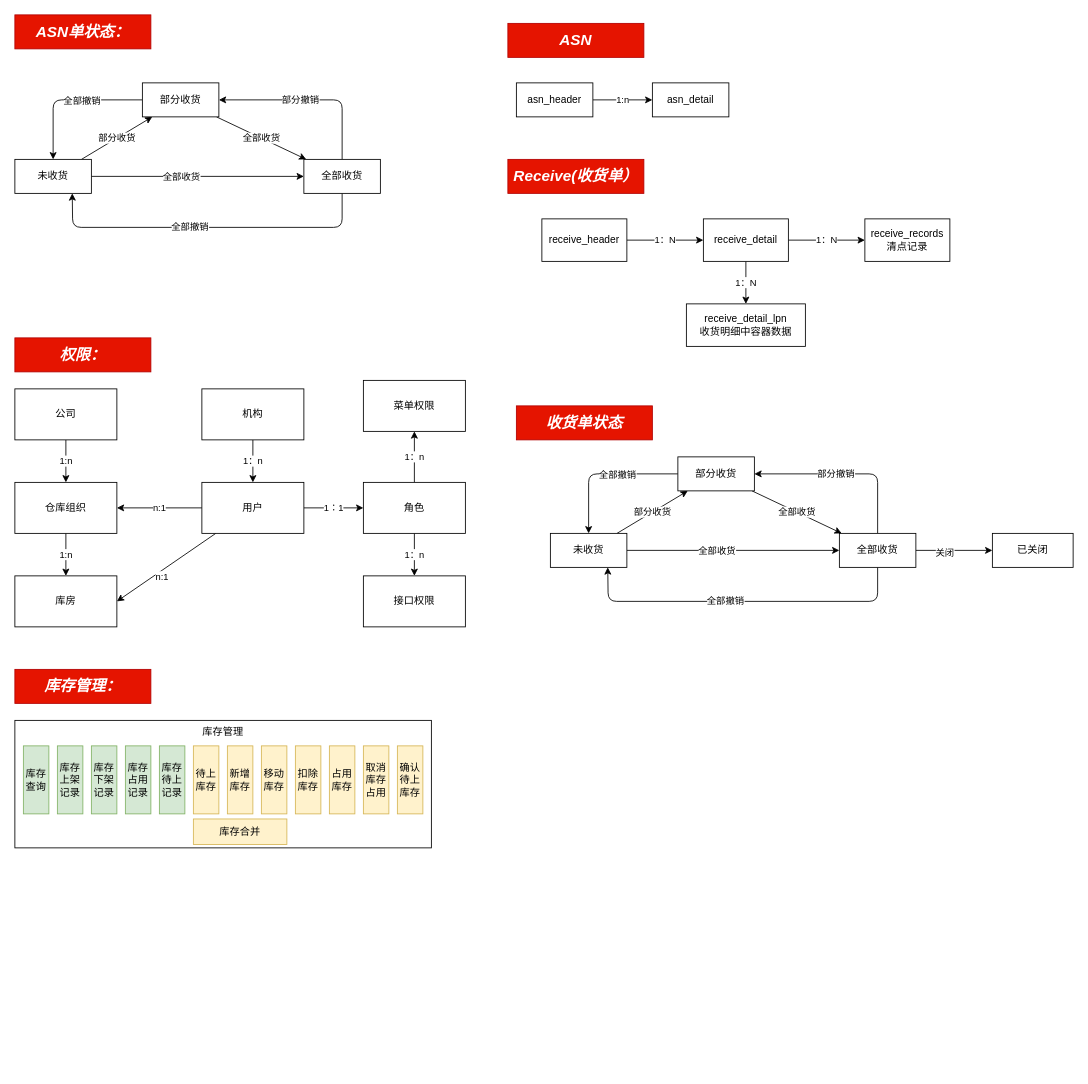
Above: wms-docs/01需求设计/需求设计图.dio in a1204503376/wms (draw.io), before the change. Source tidied: cells renumbered, new cells numbered last; positions are measured from the earlier drawing's top-left corner, leaving out a move shared by most shapes. Both pictures are drawn from the tidied source at 85%, with x=0, y=0 at pixel (14, 14).
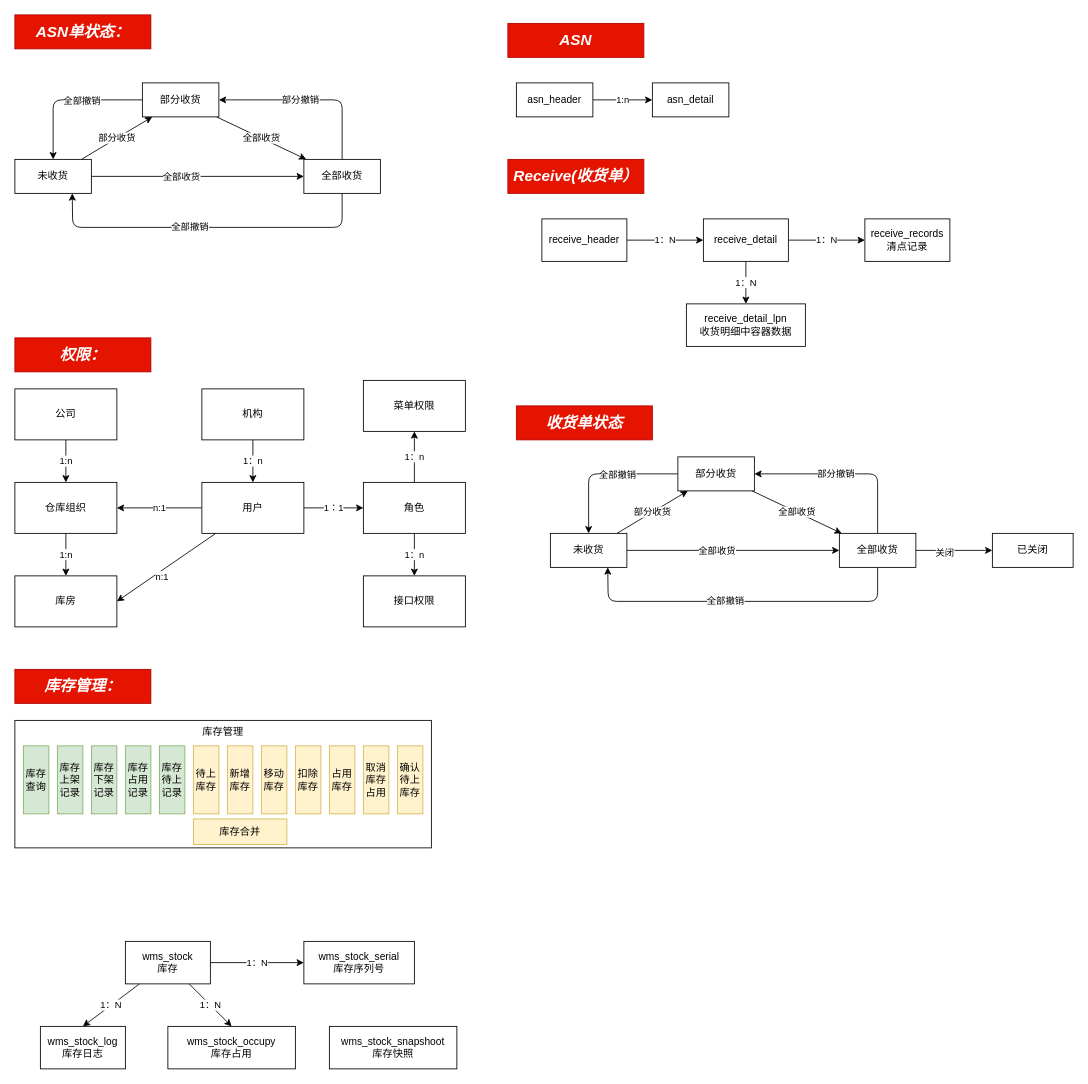
Above is the later version.

Change to the diagram source:
```diff
@@
+    <mxCell id="78" value="1：N" style="edgeStyle=none;html=1;entryX=0;entryY=0.5;entryDx=0;entryDy=0;" parent="1" edge="1" source="81" target="83">
+      <mxGeometry relative="1" as="geometry" />
+    </mxCell>
+    <mxCell id="79" value="1：N" style="edgeStyle=none;html=1;entryX=0.5;entryY=0;entryDx=0;entryDy=0;" parent="1" edge="1" source="81" target="82">
+      <mxGeometry relative="1" as="geometry" />
+    </mxCell>
+    <mxCell id="80" value="1：N" style="edgeStyle=none;html=1;exitX=0.75;exitY=1;exitDx=0;exitDy=0;entryX=0.5;entryY=0;entryDx=0;entryDy=0;" parent="1" edge="1" source="81" target="84">
+      <mxGeometry relative="1" as="geometry" />
+    </mxCell>
+    <mxCell id="81" value="wms_stock&lt;br&gt;库存" style="whiteSpace=wrap;html=1;" parent="1" vertex="1">
+      <mxGeometry x="130" y="1090" width="100" height="50" as="geometry" />
+    </mxCell>
+    <mxCell id="82" value="wms_stock_log&lt;br&gt;库存日志" style="whiteSpace=wrap;html=1;" parent="1" vertex="1">
+      <mxGeometry x="30" y="1190" width="100" height="50" as="geometry" />
+    </mxCell>
+    <mxCell id="83" value="wms_stock_serial&lt;br&gt;库存序列号" style="whiteSpace=wrap;html=1;" parent="1" vertex="1">
+      <mxGeometry x="340" y="1090" width="130" height="50" as="geometry" />
+    </mxCell>
+    <mxCell id="84" value="wms_stock_occupy&lt;br&gt;库存占用" style="whiteSpace=wrap;html=1;" parent="1" vertex="1">
+      <mxGeometry x="180" y="1190" width="150" height="50" as="geometry" />
+    </mxCell>
+    <mxCell id="85" value="wms_stock_snapshoot&lt;br&gt;库存快照" style="whiteSpace=wrap;html=1;" parent="1" vertex="1">
+      <mxGeometry x="370" y="1190" width="150" height="50" as="geometry" />
+    </mxCell>
```
